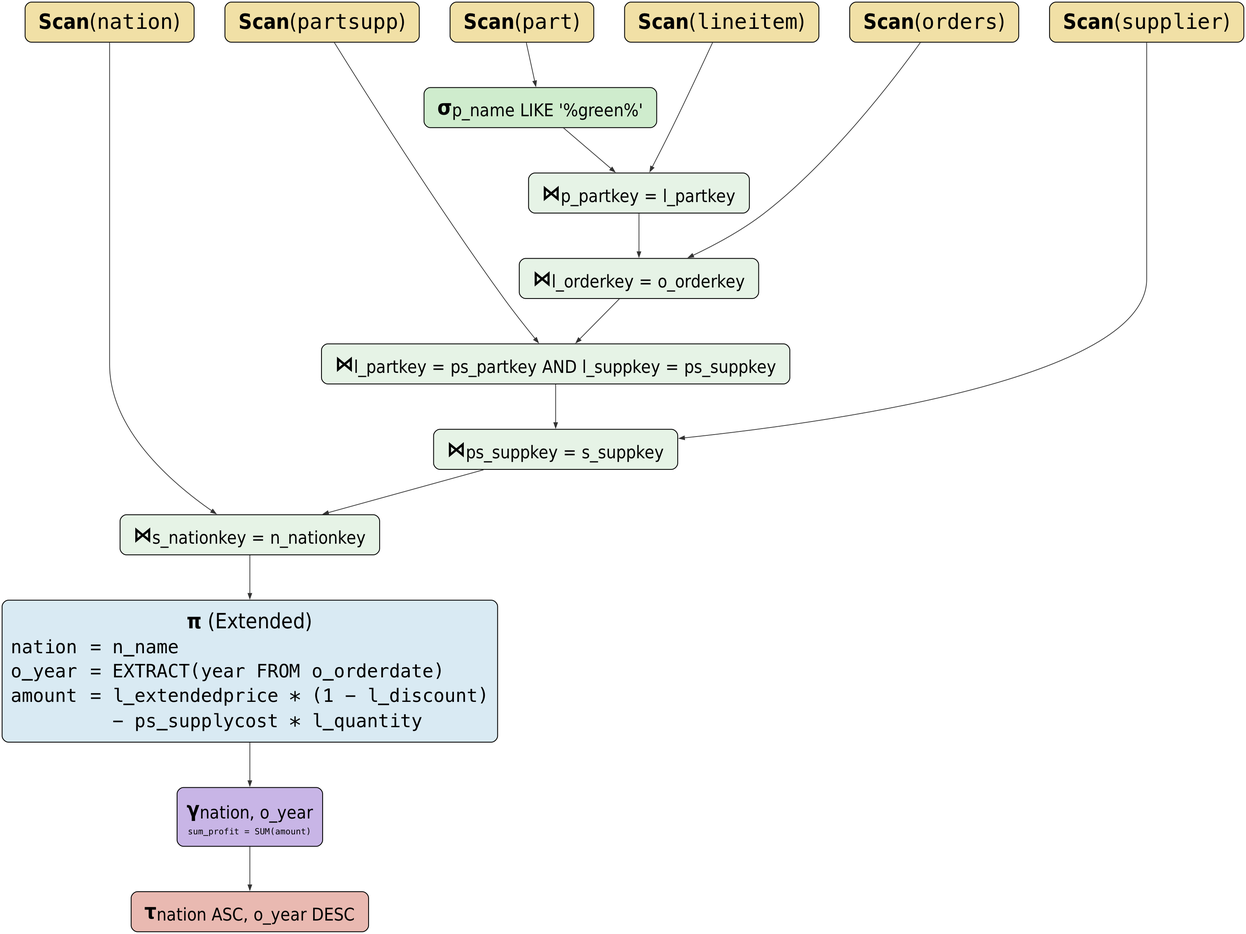
Above: TPC-H Q9.png in nd-tung/TCP-H_Query_Plan (Graphviz), before the change. Its source is kept beside it as TPC-H Q9.dot.
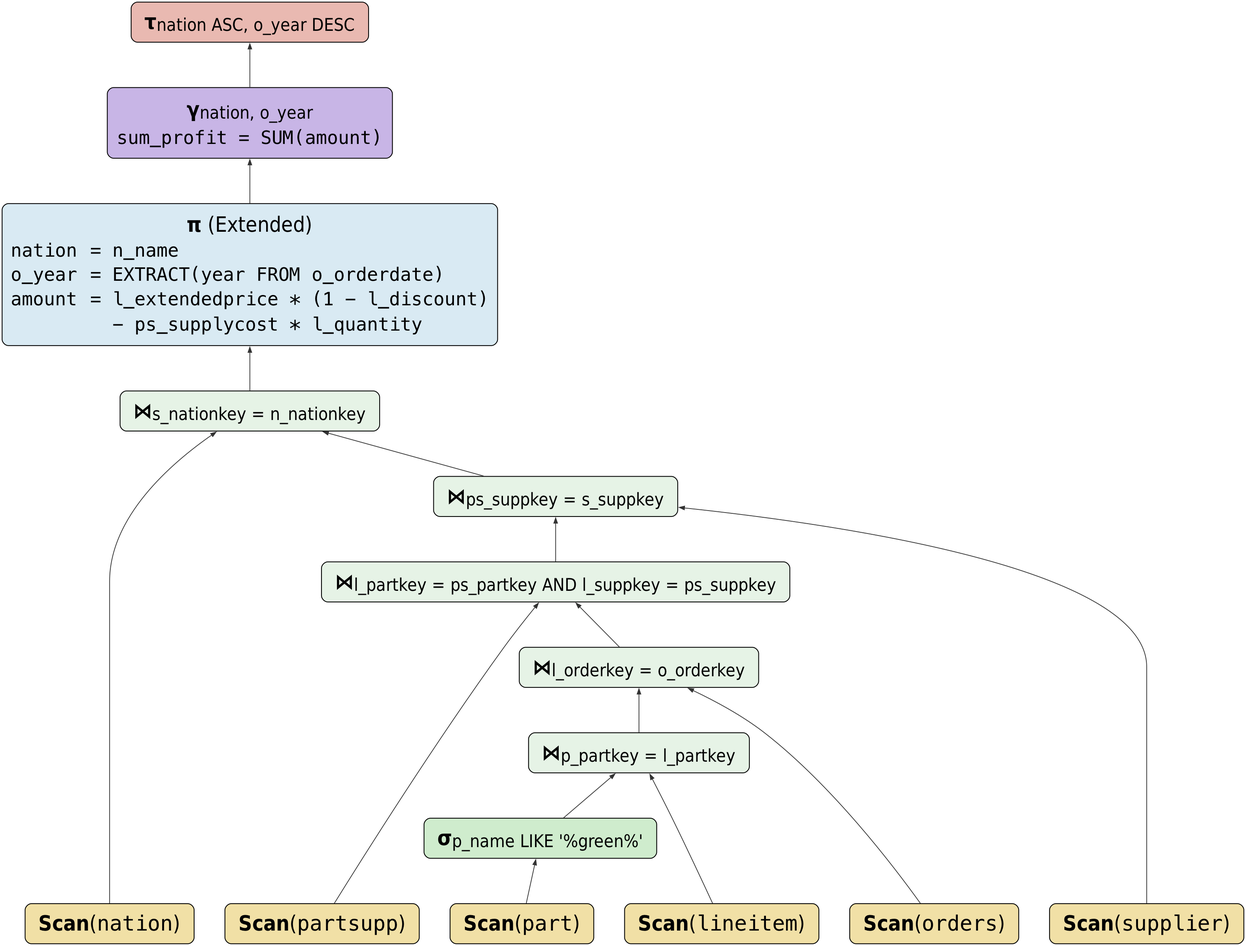
After the change.

What changed in the source:
```diff
@@ -1,5 +1,5 @@
 digraph Q9 {
-  rankdir=TB;
+  rankdir=BT;
   nodesep=0.8;
   ranksep=1.2;
   graph [fontname="DejaVu Sans", fontsize=18];
@@ -56,7 +56,7 @@
         <TD ALIGN="CENTER"><B>&gamma;</B><sub>nation, o_year</sub></TD>
       </TR>
       <TR>
-        <TD ALIGN="CENTER"><FONT POINT-SIZE="16" FACE="monospace">sum_profit = SUM(amount)</FONT></TD>
+        <TD ALIGN="CENTER"><FONT POINT-SIZE="35" FACE="monospace">sum_profit = SUM(amount)</FONT></TD>
       </TR>
     </TABLE>
   >];
```
